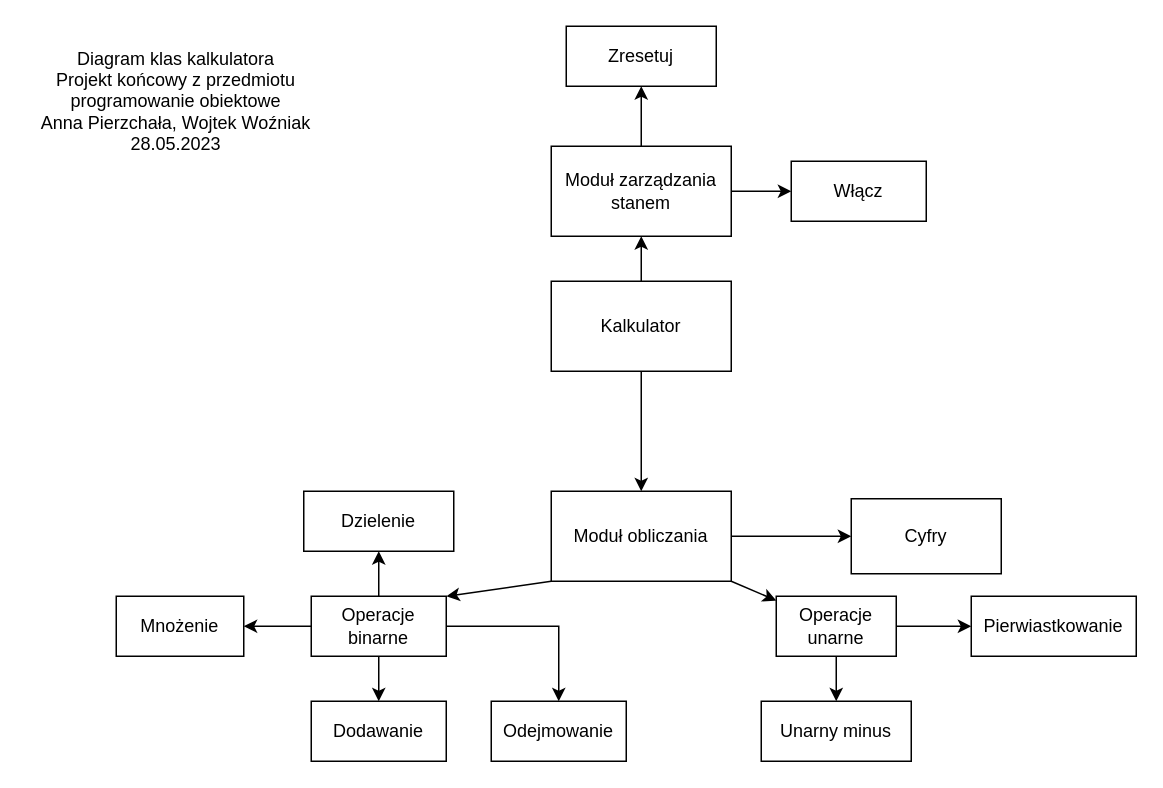
This is Diagram.drawio from wojwozniak/oop-calculator, a draw.io file, before an edit. Source tidied: cells renumbered, new cells numbered last; positions are measured from the earlier drawing's top-left corner, leaving out a move shared by most shapes. Both pictures are drawn from the tidied source at 150%, with x=0, y=0 at pixel (26, 26).
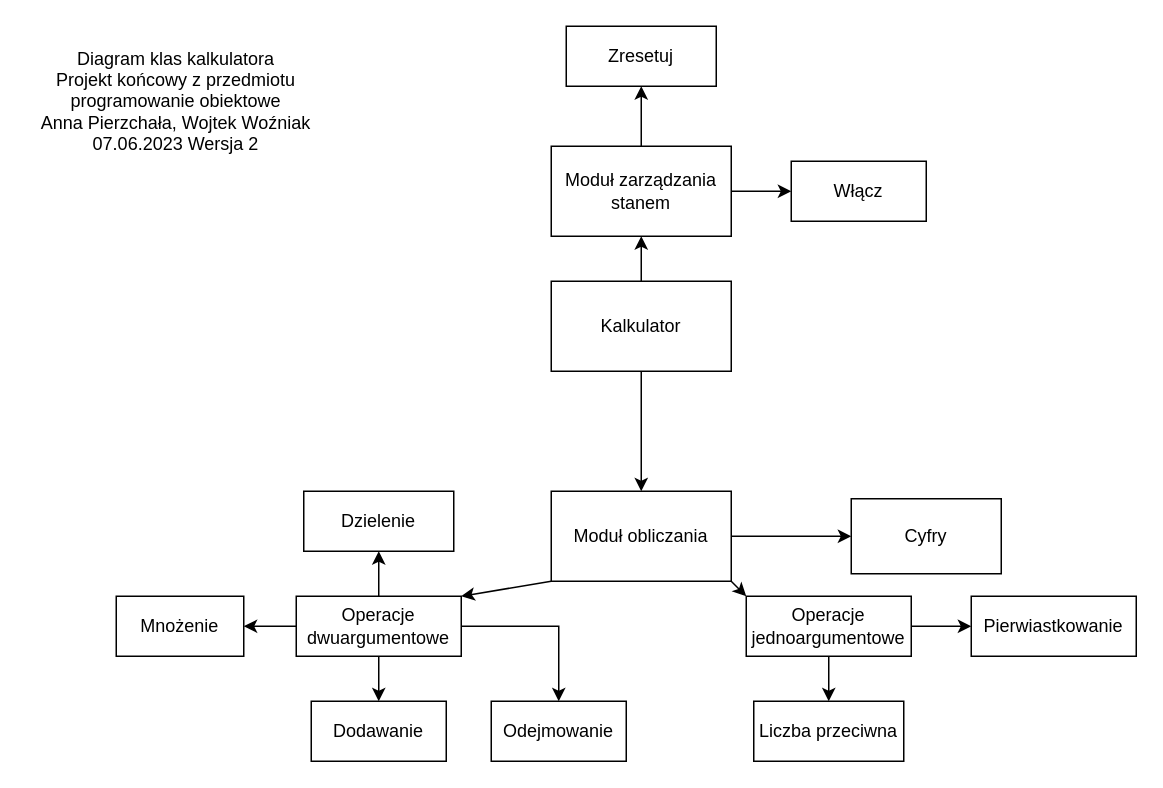
The same diagram, later.

The change refers to these unchanged cells:
```xml
<mxCell id="4" value="Moduł obliczania" style="rounded=0;whiteSpace=wrap;html=1;" parent="1" vertex="1">
  <mxGeometry x="350" y="310" width="120" height="60" as="geometry" />
</mxCell>
```

Change to the diagram source:
```diff
@@
-    <mxCell id="7" value="Operacje binarne" style="rounded=0;whiteSpace=wrap;html=1;" parent="1" vertex="1">
-      <mxGeometry x="190" y="380" width="90" height="40" as="geometry" />
+    <mxCell id="7" value="Operacje dwuargumentowe" style="rounded=0;whiteSpace=wrap;html=1;" parent="1" vertex="1">
+      <mxGeometry x="180" y="380" width="110" height="40" as="geometry" />
     </mxCell>
-    <mxCell id="8" style="endArrow=classic;html=1;rounded=0;exitX=1;exitY=1;exitDx=0;exitDy=0;" parent="1" edge="1" source="4" target="10">
+    <mxCell id="8" style="endArrow=classic;html=1;rounded=0;exitX=1;exitY=1;exitDx=0;exitDy=0;entryX=0;entryY=0;entryDx=0;entryDy=0;" parent="1" edge="1" source="4" target="10">
       <mxGeometry relative="1" as="geometry" />
     </mxCell>
@@
-    <mxCell id="10" value="Operacje unarne" style="rounded=0;whiteSpace=wrap;html=1;" parent="1" vertex="1">
-      <mxGeometry x="500" y="380" width="80" height="40" as="geometry" />
+    <mxCell id="10" value="Operacje jednoargumentowe" style="rounded=0;whiteSpace=wrap;html=1;" parent="1" vertex="1">
+      <mxGeometry x="480" y="380" width="110" height="40" as="geometry" />
     </mxCell>
@@
-    <mxCell id="27" value="Unarny minus" style="whiteSpace=wrap;html=1;rounded=0;" parent="1" vertex="1">
-      <mxGeometry x="490" y="450" width="100" height="40" as="geometry" />
+    <mxCell id="27" value="Liczba przeciwna" style="whiteSpace=wrap;html=1;rounded=0;" parent="1" vertex="1">
+      <mxGeometry x="485" y="450" width="100" height="40" as="geometry" />
     </mxCell>
@@
-    <mxCell id="29" value="Diagram klas kalkulatora&lt;br&gt;Projekt końcowy z przedmiotu programowanie obiektowe&lt;br&gt;Anna Pierzchała, Wojtek Woźniak&lt;br&gt;28.05.2023" style="text;html=1;strokeColor=none;fillColor=none;align=center;verticalAlign=middle;whiteSpace=wrap;rounded=0;" parent="1" vertex="1">
+    <mxCell id="29" value="Diagram klas kalkulatora&lt;br&gt;Projekt końcowy z przedmiotu programowanie obiektowe&lt;br&gt;Anna Pierzchała, Wojtek Woźniak&lt;br&gt;07.06.2023 Wersja 2" style="text;html=1;strokeColor=none;fillColor=none;align=center;verticalAlign=middle;whiteSpace=wrap;rounded=0;" parent="1" vertex="1">
       <mxGeometry width="200" height="100" as="geometry" />
     </mxCell>
```
